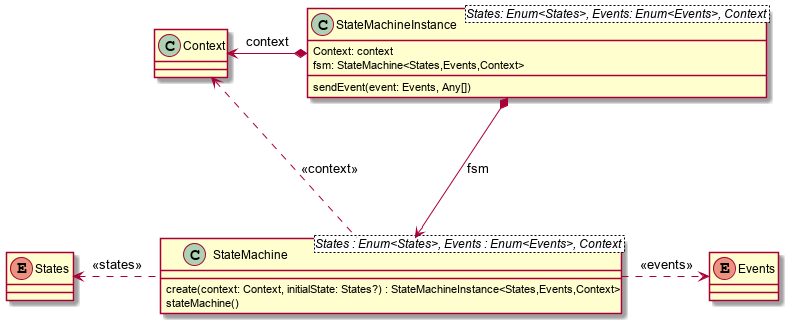
This is src/doc/asciidoc/statemachine_classes.png from open-jumpco/kfsm, a PlantUML export, as it was before one commit.
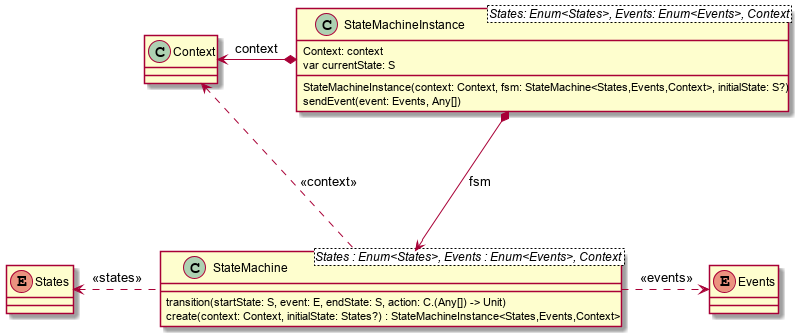
The same diagram one commit later.

Commit message:
change action receiver to this

What changed in the source:
```diff
@@ -8,13 +8,14 @@
 }
 
 class StateMachine<States : Enum<States>, Events : Enum<Events>, Context> {
+    transition(startState: S, event: E, endState: S, action: C.(Any[]) -> Unit)
     create(context: Context, initialState: States?) : StateMachineInstance<States,Events,Context>
-    stateMachine()
 }
 
 class StateMachineInstance<States: Enum<States>, Events: Enum<Events>, Context> {
+    StateMachineInstance(context: Context, fsm: StateMachine<States,Events,Context>, initialState: S?)
     Context: context
-    fsm: StateMachine<States,Events,Context>
+    var currentState: S
     sendEvent(event: Events, Any[])
 }
 
@@ -23,6 +24,6 @@
 StateMachine ..up.> Context : <<context>>
 
 StateMachineInstance *---> StateMachine : fsm
-StateMachineInstance *-left-> Context : context
+StateMachineInstance *--left--> Context : context
 
 @enduml
```
